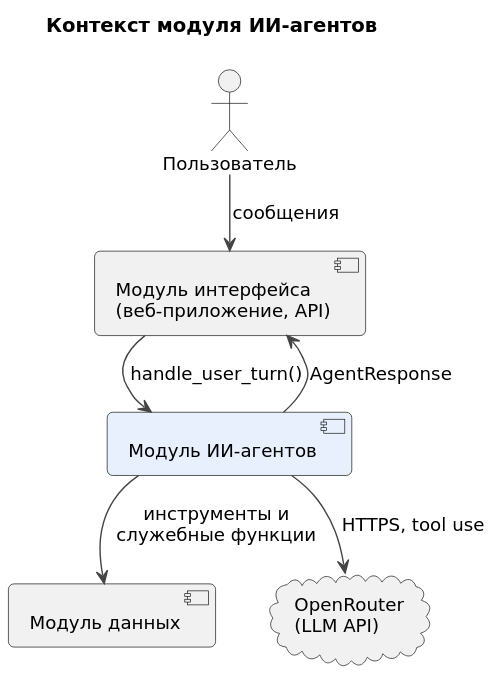
ryDIEv/CineMatch keeps this PlantUML diagram as documents/agents/diagrams/020-context.svg. Above is the earlier version. The source it was exported from:
```plantuml
@startuml
!include _style.iuml
title Контекст модуля ИИ-агентов
actor "Пользователь" as user
component "Модуль интерфейса\n(веб-приложение, API)" as ui
component "Модуль ИИ-агентов" as ag #E8F0FE
component "Модуль данных" as data
cloud "OpenRouter\n(LLM API)" as llm
user --> ui : сообщения
ui --> ag : handle_user_turn()
ag --> ui : AgentResponse
ag --> data : инструменты и\nслужебные функции
ag --> llm : HTTPS, tool use
@enduml
```
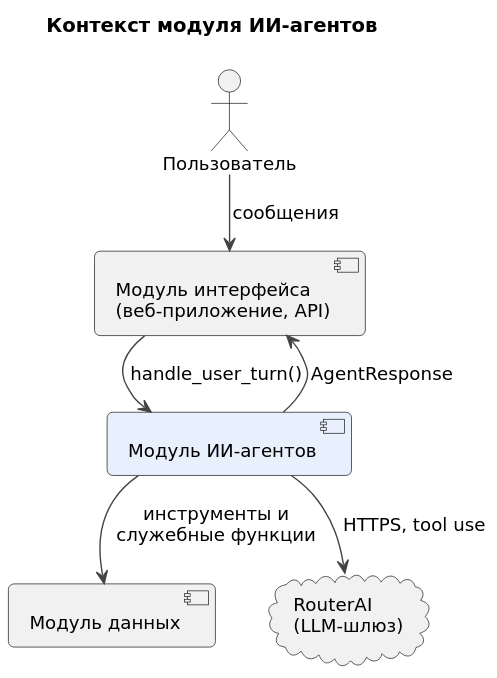
The same file after the commit.

Diff of the diagram source:
```diff
@@ -5,7 +5,7 @@
 component "Модуль интерфейса\n(веб-приложение, API)" as ui
 component "Модуль ИИ-агентов" as ag #E8F0FE
 component "Модуль данных" as data
-cloud "OpenRouter\n(LLM API)" as llm
+cloud "RouterAI\n(LLM-шлюз)" as llm
 user --> ui : сообщения
 ui --> ag : handle_user_turn()
 ag --> ui : AgentResponse
```
